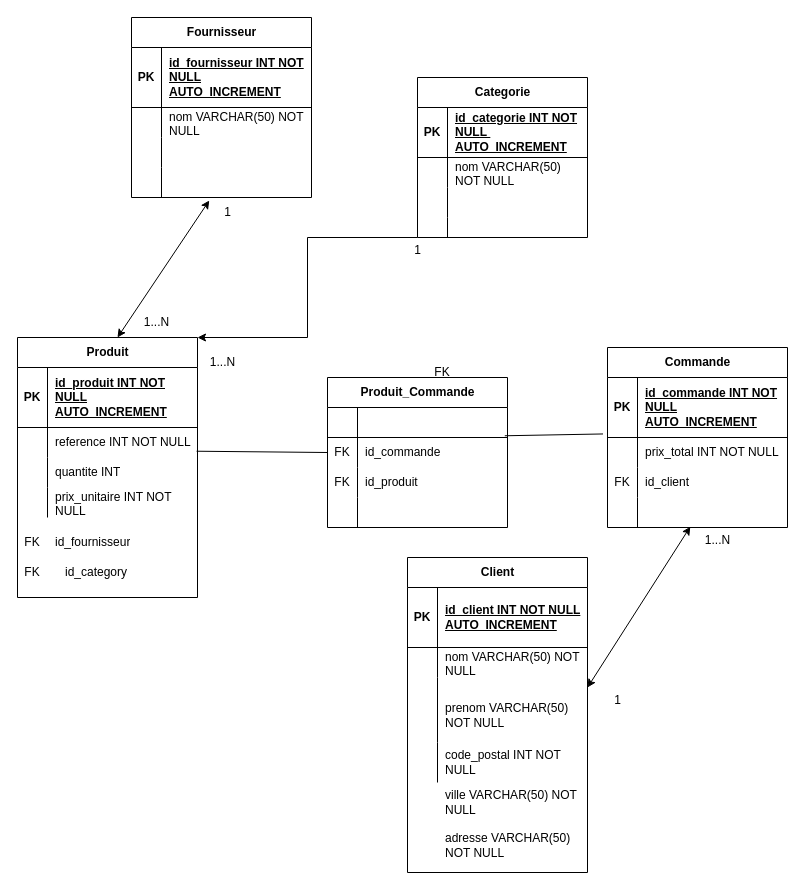
Mananbh12/Exam-BDD keeps this draw.io diagram as AvionPapier.drawio. Above is the earlier version. Source tidied: cells renumbered, new cells numbered last; positions are measured from the earlier drawing's top-left corner, leaving out a move shared by most shapes. Both pictures are drawn from the tidied source at 100%, with x=0, y=0 at pixel (17, 17).
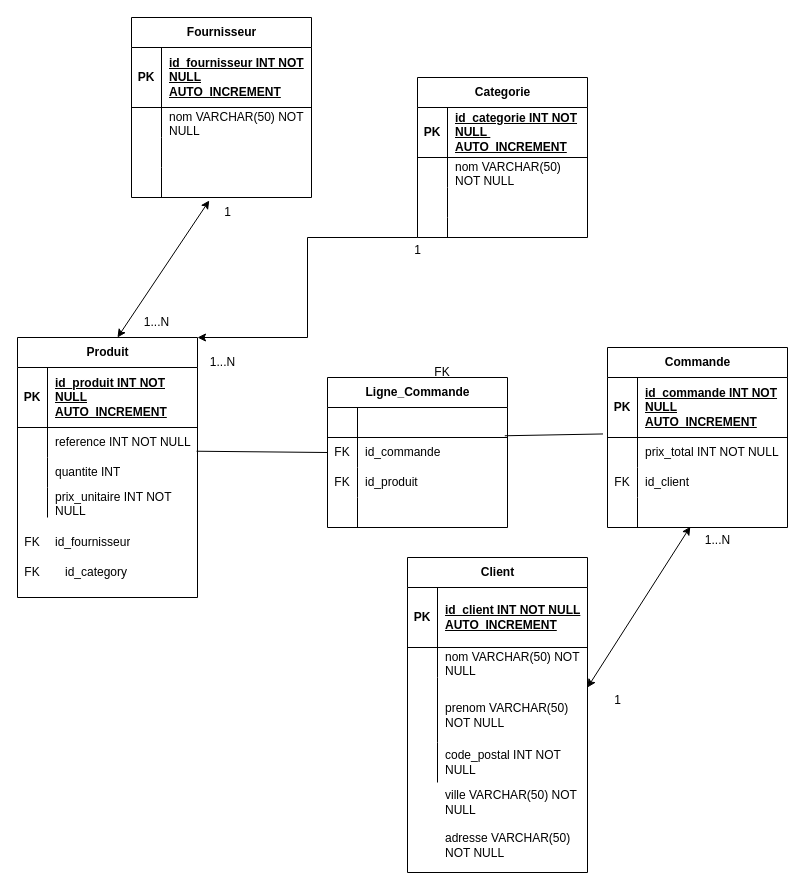
After the change.

The edit, as a diff of the source:
```diff
@@
-    <mxCell id="71" value="Produit_Commande" style="shape=table;startSize=30;childLayout=tableLayout;rowLines=0;fontStyle=1;align=center;html=1;" parent="1" vertex="1">
+    <mxCell id="71" value="Ligne_Commande" style="shape=table;startSize=30;childLayout=tableLayout;rowLines=0;fontStyle=1;align=center;html=1;" parent="1" vertex="1">
       <mxGeometry x="310" y="360" width="180" height="150" as="geometry" />
     </mxCell>
```
